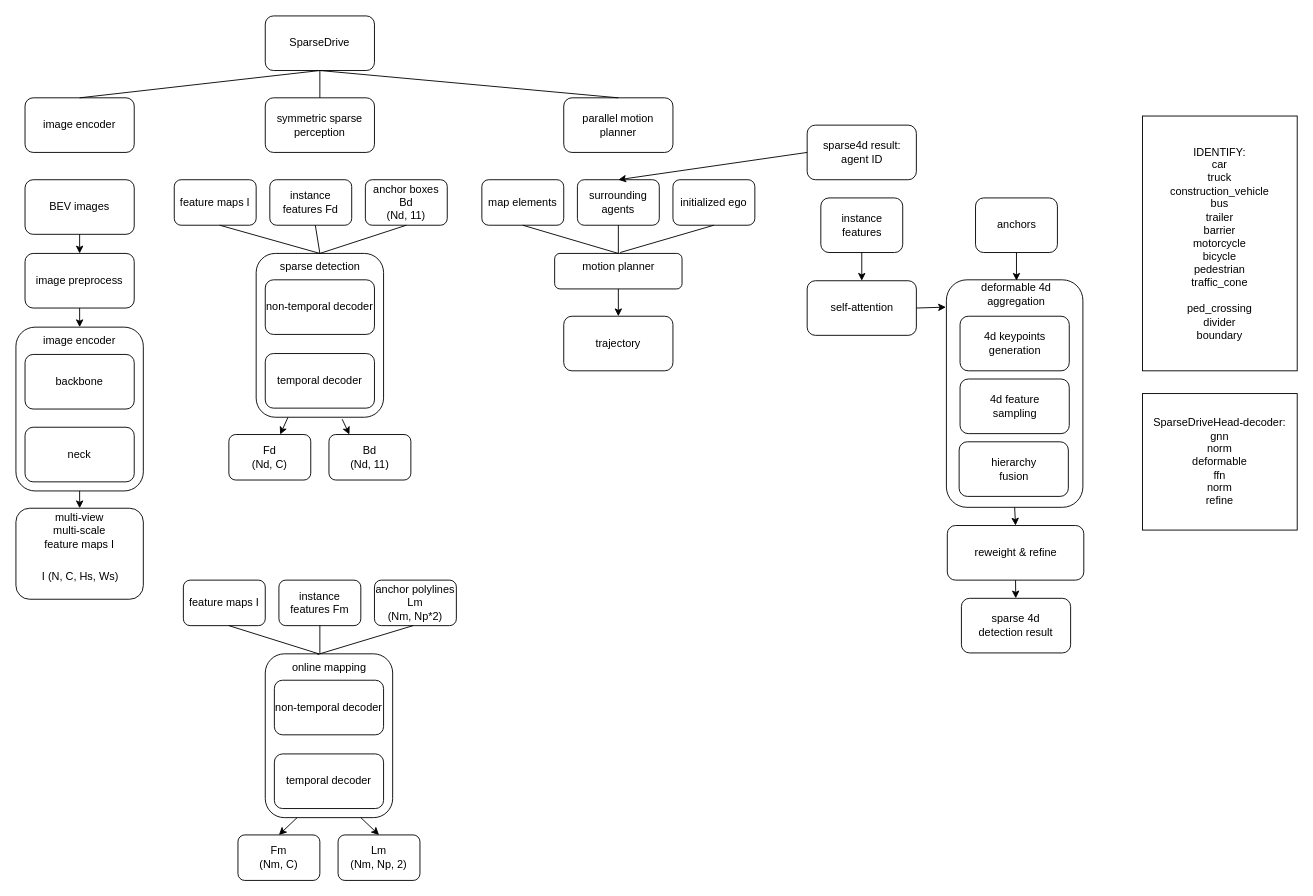
The draw.io diagram sparsedrive.drawio in wxxsusie/files, before the edit. Source tidied: cells renumbered, new cells numbered last; positions are measured from the earlier drawing's top-left corner, leaving out a move shared by most shapes. Both pictures are drawn from the tidied source at 91%, with x=0, y=0 at pixel (15, 15).
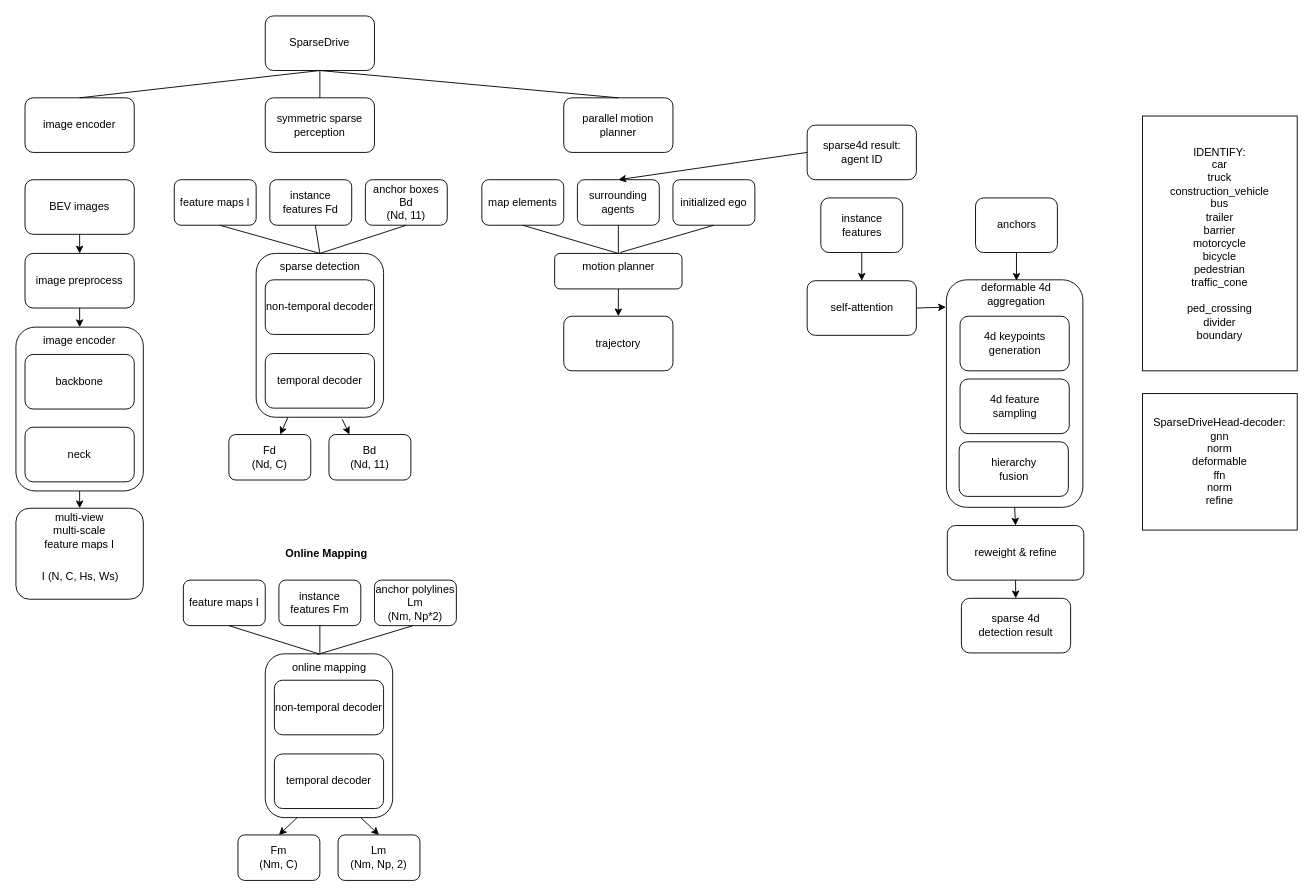
The same page after the edit.

Diff of the diagram source:
```diff
@@
+    <mxCell id="78" value="&lt;b&gt;Online Mapping&lt;/b&gt;" style="text;html=1;align=center;verticalAlign=middle;whiteSpace=wrap;rounded=0;" parent="1" vertex="1">
+      <mxGeometry x="284" y="576" width="115" height="30" as="geometry" />
+    </mxCell>
```
